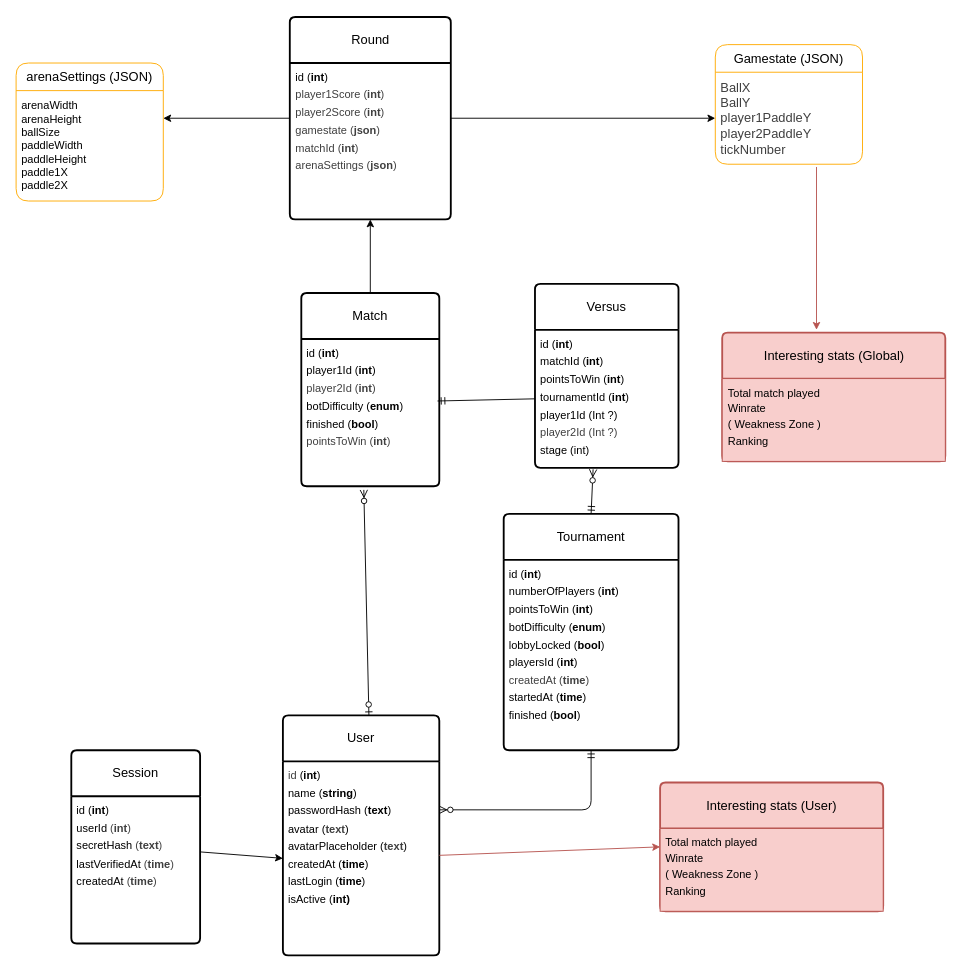
The draw.io diagram doc/database.drawio in peufo/42_transcendence, before the edit. Source tidied: cells renumbered, new cells numbered last; positions are measured from the earlier drawing's top-left corner, leaving out a move shared by most shapes. Both pictures are drawn from the tidied source at 92%, with x=0, y=0 at pixel (16, 17).
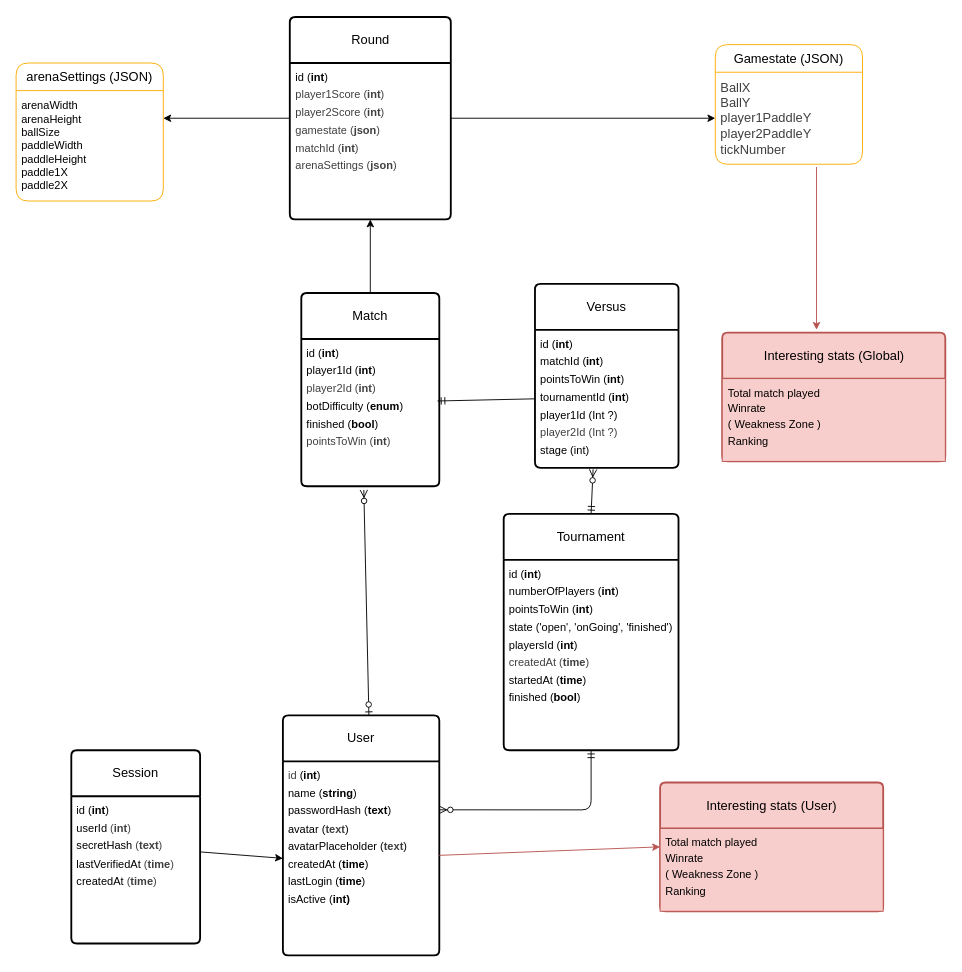
The same page after the edit.

Unchanged cells that the change refers to:
```xml
<mxCell id="14" value="Tournament" style="swimlane;horizontal=1;startSize=50;rounded=1;fontSize=14;fontStyle=0;strokeWidth=2;shadow=0;dashed=0;align=center;arcSize=4;whiteSpace=wrap;html=1;" parent="1" vertex="1">
  <mxGeometry x="530" y="540" width="190" height="257" as="geometry" />
</mxCell>
```

Diff of the diagram source:
```diff
@@
-    <mxCell id="15" value="id (&lt;b style=&quot;line-height: 160%;&quot;&gt;int&lt;/b&gt;)&lt;div style=&quot;line-height: 160%;&quot;&gt;numberOfPlayers (&lt;b&gt;int&lt;/b&gt;)&lt;/div&gt;&lt;div style=&quot;line-height: 160%;&quot;&gt;pointsToWin (&lt;b&gt;int&lt;/b&gt;)&lt;/div&gt;&lt;div style=&quot;line-height: 160%;&quot;&gt;botDifficulty (&lt;b&gt;enum&lt;/b&gt;)&lt;/div&gt;&lt;div style=&quot;line-height: 160%;&quot;&gt;lobbyLocked (&lt;b&gt;bool&lt;/b&gt;)&lt;/div&gt;&lt;div style=&quot;line-height: 160%;&quot;&gt;playersId (&lt;b&gt;int&lt;/b&gt;)&lt;/div&gt;&lt;div style=&quot;line-height: 160%;&quot;&gt;&lt;span style=&quot;color: rgb(63, 63, 63);&quot;&gt;createdAt (&lt;/span&gt;&lt;b style=&quot;color: rgb(63, 63, 63);&quot;&gt;time&lt;/b&gt;&lt;span style=&quot;color: rgb(63, 63, 63);&quot;&gt;)&lt;/span&gt;&lt;/div&gt;&lt;div style=&quot;line-height: 160%;&quot;&gt;startedAt (&lt;b&gt;time&lt;/b&gt;)&lt;/div&gt;&lt;div style=&quot;line-height: 160%;&quot;&gt;finished (&lt;b&gt;bool&lt;/b&gt;)&lt;/div&gt;" style="align=left;strokeColor=none;fillColor=none;spacingLeft=4;fontSize=12;verticalAlign=top;html=1;" parent="14" vertex="1">
+    <mxCell id="15" value="id (&lt;b style=&quot;line-height: 160%;&quot;&gt;int&lt;/b&gt;)&lt;div style=&quot;line-height: 160%;&quot;&gt;numberOfPlayers (&lt;b&gt;int&lt;/b&gt;)&lt;/div&gt;&lt;div style=&quot;line-height: 160%;&quot;&gt;pointsToWin (&lt;b&gt;int&lt;/b&gt;)&lt;/div&gt;&lt;div style=&quot;line-height: 160%;&quot;&gt;state ('open', 'onGoing', 'finished')&lt;/div&gt;&lt;div style=&quot;line-height: 160%;&quot;&gt;playersId (&lt;b&gt;int&lt;/b&gt;)&lt;/div&gt;&lt;div style=&quot;line-height: 160%;&quot;&gt;&lt;span style=&quot;color: rgb(63, 63, 63);&quot;&gt;createdAt (&lt;/span&gt;&lt;b style=&quot;color: rgb(63, 63, 63);&quot;&gt;time&lt;/b&gt;&lt;span style=&quot;color: rgb(63, 63, 63);&quot;&gt;)&lt;/span&gt;&lt;/div&gt;&lt;div style=&quot;line-height: 160%;&quot;&gt;startedAt (&lt;b&gt;time&lt;/b&gt;)&lt;/div&gt;&lt;div style=&quot;line-height: 160%;&quot;&gt;finished (&lt;b&gt;bool&lt;/b&gt;)&lt;/div&gt;" style="align=left;strokeColor=none;fillColor=none;spacingLeft=4;fontSize=12;verticalAlign=top;html=1;" parent="14" vertex="1">
       <mxGeometry y="50" width="190" height="207" as="geometry" />
     </mxCell>
```
